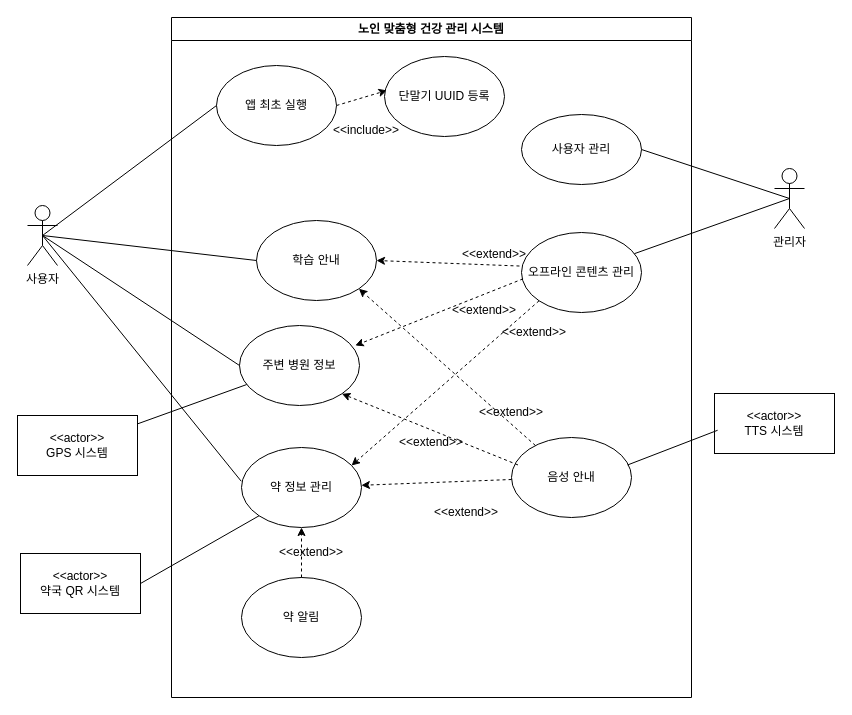
Before: Untitled Diagram.drawio in wnthsk/sejujun, a draw.io diagram. Source tidied: cells renumbered, new cells numbered last; positions are measured from the earlier drawing's top-left corner, leaving out a move shared by most shapes. Both pictures are drawn from the tidied source at 100%, with x=0, y=0 at pixel (17, 17).
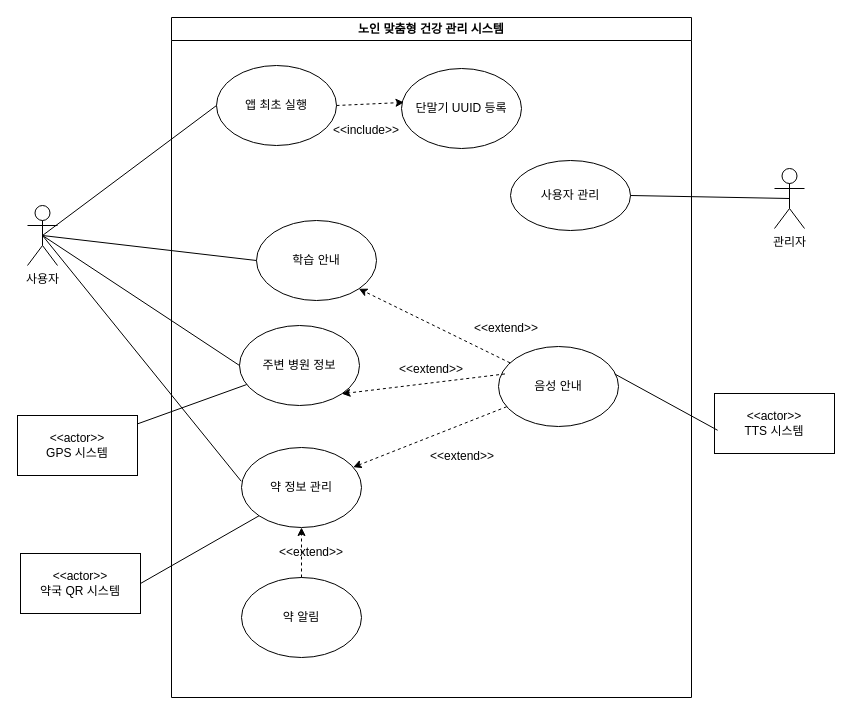
After the change.

Unchanged cells that the change refers to:
```xml
<mxCell id="2" value="노인 맞춤형 건강 관리 시스템" style="swimlane;whiteSpace=wrap;html=1;" parent="1" vertex="1">
  <mxGeometry x="154" width="520" height="680" as="geometry" />
</mxCell>
<mxCell id="5" value="학습 안내" style="ellipse;whiteSpace=wrap;html=1;" parent="2" vertex="1">
  <mxGeometry x="85" y="203" width="120" height="80" as="geometry" />
</mxCell>
<mxCell id="6" value="주변 병원 정보" style="ellipse;whiteSpace=wrap;html=1;" parent="2" vertex="1">
  <mxGeometry x="68" y="308" width="120" height="80" as="geometry" />
</mxCell>
<mxCell id="8" value="약 정보 관리" style="ellipse;whiteSpace=wrap;html=1;" parent="2" vertex="1">
  <mxGeometry x="70" y="430" width="120" height="80" as="geometry" />
</mxCell>
<mxCell id="27" value="관리자" style="shape=umlActor;verticalLabelPosition=bottom;verticalAlign=top;html=1;outlineConnect=0;" parent="1" vertex="1">
  <mxGeometry x="757" y="151" width="30" height="60" as="geometry" />
</mxCell>
```

Diff of the diagram source:
```diff
@@
     <mxCell id="3" value="사용자 관리" style="ellipse;whiteSpace=wrap;html=1;" parent="2" vertex="1">
-      <mxGeometry x="350" y="97" width="120" height="70" as="geometry" />
+      <mxGeometry x="339" y="143" width="120" height="70" as="geometry" />
     </mxCell>
     <mxCell id="4" value="음성 안내" style="ellipse;whiteSpace=wrap;html=1;" parent="2" vertex="1">
-      <mxGeometry x="340" y="420" width="120" height="80" as="geometry" />
+      <mxGeometry x="327" y="329" width="120" height="80" as="geometry" />
     </mxCell>
@@
-    <mxCell id="13" value="&amp;lt;&amp;lt;extend&amp;gt;&amp;gt;" style="text;html=1;align=center;verticalAlign=middle;whiteSpace=wrap;rounded=0;" parent="2" vertex="1">
-      <mxGeometry x="283" y="278" width="60" height="30" as="geometry" />
-    </mxCell>
     <mxCell id="14" value="&amp;lt;&amp;lt;extend&amp;gt;&amp;gt;" style="text;html=1;align=center;verticalAlign=middle;whiteSpace=wrap;rounded=0;" parent="2" vertex="1">
-      <mxGeometry x="265" y="480" width="60" height="30" as="geometry" />
+      <mxGeometry x="261" y="424" width="60" height="30" as="geometry" />
     </mxCell>
     <mxCell id="15" value="&amp;lt;&amp;lt;extend&amp;gt;&amp;gt;" style="text;html=1;align=center;verticalAlign=middle;whiteSpace=wrap;rounded=0;" parent="2" vertex="1">
-      <mxGeometry x="230" y="410" width="60" height="30" as="geometry" />
+      <mxGeometry x="230" y="337" width="60" height="30" as="geometry" />
     </mxCell>
@@
     <mxCell id="17" value="&amp;lt;&amp;lt;extend&amp;gt;&amp;gt;" style="text;html=1;align=center;verticalAlign=middle;whiteSpace=wrap;rounded=0;" parent="2" vertex="1">
-      <mxGeometry x="310" y="380" width="60" height="30" as="geometry" />
+      <mxGeometry x="305" y="296" width="60" height="30" as="geometry" />
     </mxCell>
-    <mxCell id="18" value="오프라인 콘텐츠 관리" style="ellipse;whiteSpace=wrap;html=1;" parent="2" vertex="1">
-      <mxGeometry x="350" y="215" width="120" height="80" as="geometry" />
-    </mxCell>
-    <mxCell id="19" style="endArrow=classic;html=1;rounded=0;strokeColor=default;curved=0;dashed=1;exitX=0;exitY=1;exitDx=0;exitDy=0;entryX=0.917;entryY=0.225;entryDx=0;entryDy=0;entryPerimeter=0;" parent="2" edge="1" source="18" target="8">
-      <mxGeometry relative="1" as="geometry" />
-    </mxCell>
-    <mxCell id="20" value="&amp;lt;&amp;lt;extend&amp;gt;&amp;gt;" style="text;html=1;align=center;verticalAlign=middle;whiteSpace=wrap;rounded=0;" parent="2" vertex="1">
-      <mxGeometry x="333" y="300" width="60" height="30" as="geometry" />
-    </mxCell>
-    <mxCell id="21" style="endArrow=classic;html=1;rounded=0;strokeColor=default;curved=0;dashed=1;exitX=0.013;exitY=0.579;exitDx=0;exitDy=0;entryX=0.965;entryY=0.25;entryDx=0;entryDy=0;entryPerimeter=0;exitPerimeter=0;" parent="2" edge="1" source="18" target="6">
-      <mxGeometry relative="1" as="geometry" />
-    </mxCell>
-    <mxCell id="22" style="endArrow=classic;html=1;rounded=0;strokeColor=default;curved=0;dashed=1;exitX=-0.017;exitY=0.419;exitDx=0;exitDy=0;exitPerimeter=0;entryX=1;entryY=0.5;entryDx=0;entryDy=0;" parent="2" edge="1" source="18" target="5">
-      <mxGeometry relative="1" as="geometry" />
-    </mxCell>
@@
     <mxCell id="26" value="단말기 UUID 등록" style="ellipse;whiteSpace=wrap;html=1;" parent="2" vertex="1">
-      <mxGeometry x="213" y="39" width="120" height="80" as="geometry" />
+      <mxGeometry x="230" y="51" width="120" height="80" as="geometry" />
     </mxCell>
@@
-    <mxCell id="36" style="endArrow=none;html=1;rounded=0;entryX=0.5;entryY=0.5;entryDx=0;entryDy=0;entryPerimeter=0;" parent="1" edge="1" source="18" target="27">
-      <mxGeometry relative="1" as="geometry" />
-    </mxCell>
@@
-    <mxCell id="41" value="&amp;lt;&amp;lt;extend&amp;gt;&amp;gt;" style="text;html=1;align=center;verticalAlign=middle;whiteSpace=wrap;rounded=0;" parent="1" vertex="1">
-      <mxGeometry x="447" y="222" width="60" height="30" as="geometry" />
-    </mxCell>
```
